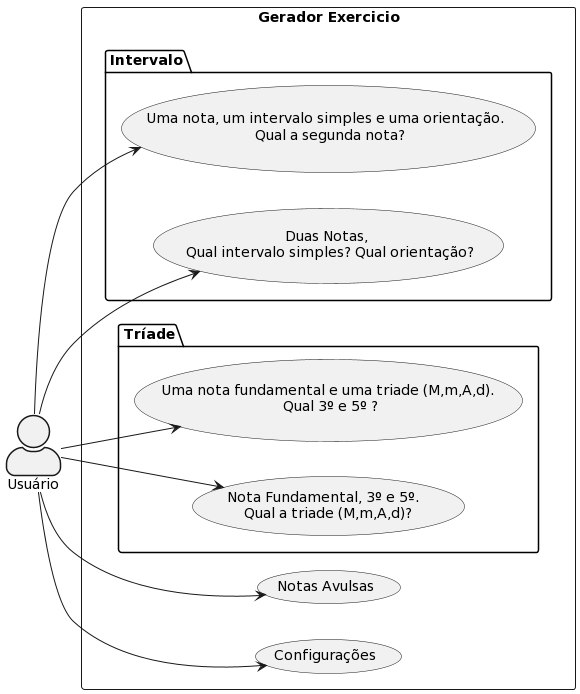
The PlantUML diagram c++/projects/notas/documetation/usecase.png in marcuswlima/learning, before a commit.
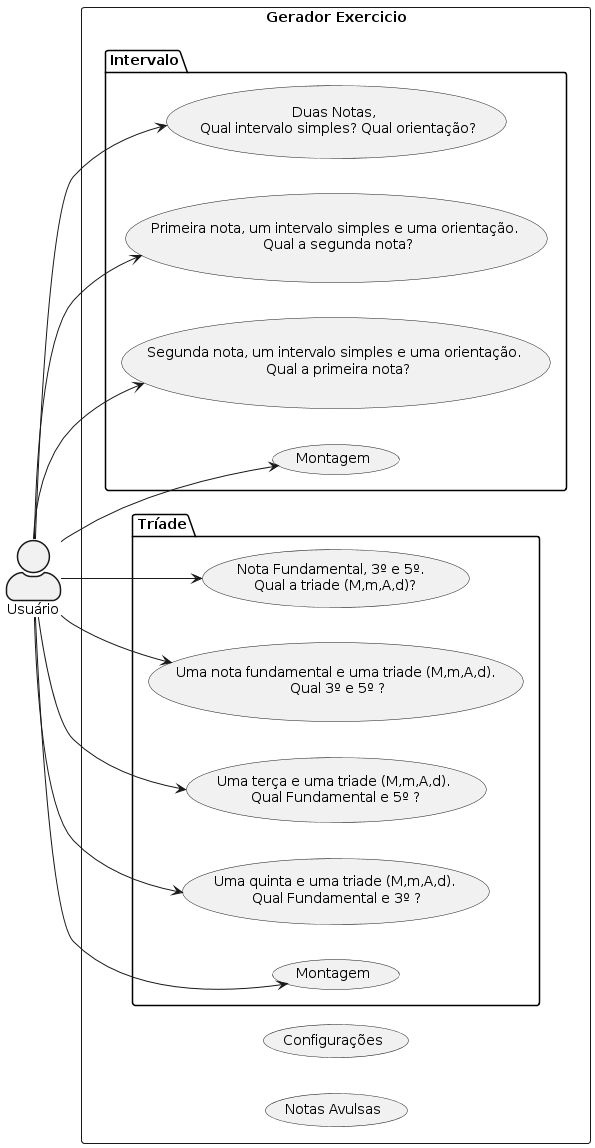
The same diagram one commit later.

Commit message:
[c++/Notas] Conclusao UC03 ncurses  On branch main  Your branch is up to date with 'origin/main'.

Diff of the diagram source:
```diff
@@ -2,21 +2,29 @@
 left to right direction
 skinparam actorStyle awesome
 rectangle "Gerador Exercicio" {
-    "Notas Avulsas"as (Use08)
     Package "Intervalo"{
-      "Uma nota, um intervalo simples e uma orientação. \n Qual a segunda nota?" as (Use01)
-      "Duas Notas, \n Qual intervalo simples? Qual orientação?" as (Use02)
+      "Duas Notas, \n Qual intervalo simples? Qual orientação?" as (Use01)
+      "Primeira nota, um intervalo simples e uma orientação. \n Qual a segunda nota?" as (Use02)
+      "Segunda nota, um intervalo simples e uma orientação. \n Qual a primeira nota?" as (Use03)
+      "Montagem" as (Use04)
     }
     Package "Tríade"{
-     "Uma nota fundamental e uma triade (M,m,A,d).\n Qual 3º e 5º ?" as (Use03)
-     "Nota Fundamental, 3º e 5º. \n Qual a triade (M,m,A,d)?" as (Use04)
+     "Nota Fundamental, 3º e 5º. \n Qual a triade (M,m,A,d)?" as (Use05)
+     "Uma nota fundamental e uma triade (M,m,A,d).\n Qual 3º e 5º ?" as (Use06)
+     "Uma terça e uma triade (M,m,A,d).\n Qual Fundamental e 5º ?" as (Use07)
+     "Uma quinta e uma triade (M,m,A,d).\n Qual Fundamental e 3º ?" as (Use08)
+      "Montagem" as (Use09)
     }
-    "Configurações"as (Use07)
+    "Configurações"as (Use10)
+    "Notas Avulsas"as (Use11)
 }
 :Usuário: --> (Use01)
 :Usuário: --> (Use02)
 :Usuário: --> (Use03)
 :Usuário: --> (Use04)
+:Usuário: --> (Use05)
+:Usuário: --> (Use06)
 :Usuário: --> (Use07)
 :Usuário: --> (Use08)
+:Usuário: --> (Use09)
 @enduml
```
